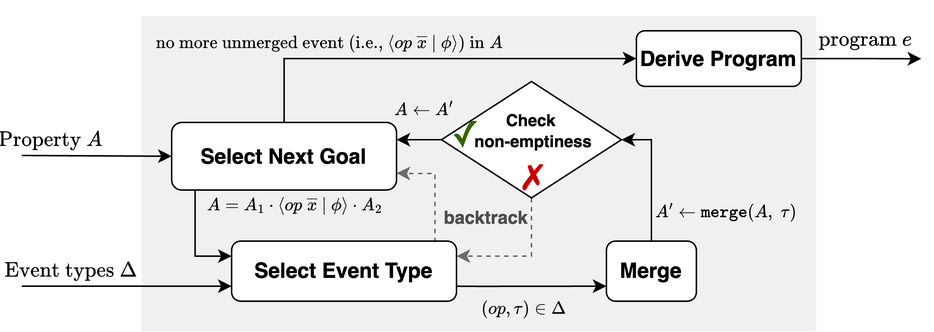
zhezhouzz/PLDI25-HAT-Planing keeps this draw.io diagram as figures/intuition-plan-syn.drawio.png. Above is the earlier version. Source tidied: cells renumbered, new cells last; positions are measured from the earlier drawing's top-left corner, leaving out a move shared by most shapes.
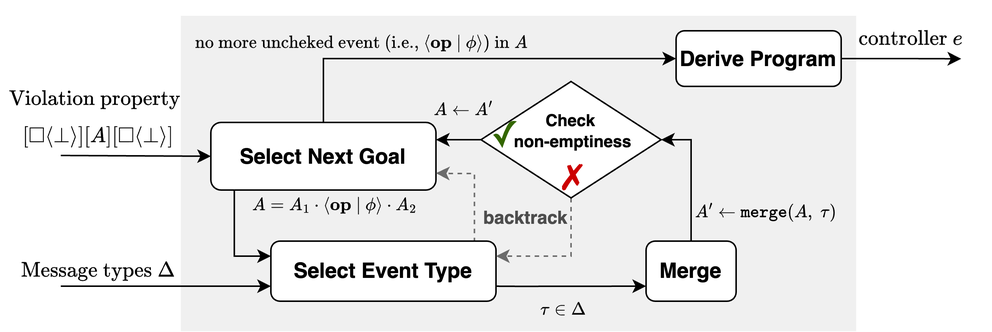
The same file after the commit.

What changed in the source:
```diff
@@ -5,13 +5,13 @@
     <mxCell id="2" style="rounded=0;whiteSpace=wrap;html=1;strokeColor=none;fillColor=#F0F0F0;" parent="1" vertex="1">
       <mxGeometry x="90" y="10" width="450" height="210" as="geometry" />
     </mxCell>
-    <mxCell id="3" value="$$\text{Property } A$$" style="text;html=1;align=center;verticalAlign=middle;whiteSpace=wrap;rounded=0;" parent="1" vertex="1">
-      <mxGeometry y="77.5" width="60" height="30" as="geometry" />
+    <mxCell id="3" value="$$ [\square\langle\bot\rangle][A][\square\langle\bot\rangle]$$" style="text;html=1;align=center;verticalAlign=middle;whiteSpace=wrap;rounded=0;" parent="1" vertex="1">
+      <mxGeometry x="-30" y="75" width="130" height="30" as="geometry" />
     </mxCell>
-    <mxCell id="4" value="$$(op, \tau) \in \Delta$$" style="text;html=1;align=center;verticalAlign=middle;whiteSpace=wrap;rounded=0;fontSize=10;" parent="1" vertex="1">
+    <mxCell id="4" value="$$\tau \in \Delta$$" style="text;html=1;align=center;verticalAlign=middle;whiteSpace=wrap;rounded=0;fontSize=10;" parent="1" vertex="1">
       <mxGeometry x="265" y="190" width="160" height="30" as="geometry" />
     </mxCell>
-    <mxCell id="5" value="$$A = A_1 \cdot \langle op\; \overline{x} ~|~ \phi \rangle&amp;nbsp;\cdot A_2$$" style="text;html=1;align=center;verticalAlign=middle;whiteSpace=wrap;rounded=0;fontSize=10;" parent="1" vertex="1">
+    <mxCell id="5" value="$$A = A_1 \cdot \langle \mathbf{op} ~|~ \phi \rangle&amp;nbsp;\cdot A_2$$" style="text;html=1;align=center;verticalAlign=middle;whiteSpace=wrap;rounded=0;fontSize=10;" parent="1" vertex="1">
       <mxGeometry x="140" y="121" width="105" height="30" as="geometry" />
     </mxCell>
     <mxCell id="6" style="edgeStyle=orthogonalEdgeStyle;rounded=0;jettySize=auto;html=1;exitX=0.104;exitY=0.97;exitDx=0;exitDy=0;entryX=0;entryY=0.25;entryDx=0;entryDy=0;exitPerimeter=0;" parent="1" edge="1" source="8" target="11">
@@ -73,7 +73,7 @@
         <mxPoint x="150" y="190" as="targetPoint" />
       </mxGeometry>
     </mxCell>
-    <mxCell id="20" value="&lt;span style=&quot;color: rgb(0, 0, 0); font-family: Helvetica; font-style: normal; font-variant-ligatures: normal; font-variant-caps: normal; font-weight: 400; letter-spacing: normal; orphans: 2; text-align: center; text-indent: 0px; text-transform: none; widows: 2; word-spacing: 0px; -webkit-text-stroke-width: 0px; white-space: normal; background-color: rgb(251, 251, 251); text-decoration-thickness: initial; text-decoration-style: initial; text-decoration-color: initial; float: none; display: inline !important;&quot;&gt;&lt;font style=&quot;font-size: 10px;&quot;&gt;$$\text{ no more unmerged event (i.e., $ \langle op\; \overline{x} ~|~ \phi \rangle$) in}\; A $$&lt;/font&gt;&lt;/span&gt;" style="text;whiteSpace=wrap;html=1;fontSize=11;" parent="1" vertex="1">
+    <mxCell id="20" value="&lt;span style=&quot;color: rgb(0, 0, 0); font-family: Helvetica; font-style: normal; font-variant-ligatures: normal; font-variant-caps: normal; font-weight: 400; letter-spacing: normal; orphans: 2; text-align: center; text-indent: 0px; text-transform: none; widows: 2; word-spacing: 0px; -webkit-text-stroke-width: 0px; white-space: normal; background-color: rgb(251, 251, 251); text-decoration-thickness: initial; text-decoration-style: initial; text-decoration-color: initial; float: none; display: inline !important;&quot;&gt;&lt;font style=&quot;font-size: 10px;&quot;&gt;$$\text{ no more uncheked event (i.e., $ \langle \mathbf{op} ~|~ \phi \rangle$) in}\; A $$&lt;/font&gt;&lt;/span&gt;" style="text;whiteSpace=wrap;html=1;fontSize=11;" parent="1" vertex="1">
       <mxGeometry x="95" y="5" width="260" height="34" as="geometry" />
     </mxCell>
     <mxCell id="21" style="edgeStyle=orthogonalEdgeStyle;rounded=0;jettySize=auto;html=1;exitX=1;exitY=0.5;exitDx=0;exitDy=0;" parent="1" edge="1" source="22">
@@ -84,7 +84,7 @@
     <mxCell id="22" value="&lt;b&gt;&lt;font style=&quot;font-size: 14px;&quot;&gt;Derive Program&lt;/font&gt;&lt;/b&gt;" style="rounded=1;whiteSpace=wrap;html=1;" parent="1" vertex="1">
       <mxGeometry x="420" y="20" width="110" height="37" as="geometry" />
     </mxCell>
-    <mxCell id="23" value="&lt;span style=&quot;color: rgb(0, 0, 0); font-family: Helvetica; font-style: normal; font-variant-ligatures: normal; font-variant-caps: normal; font-weight: 400; letter-spacing: normal; orphans: 2; text-align: center; text-indent: 0px; text-transform: none; widows: 2; word-spacing: 0px; -webkit-text-stroke-width: 0px; white-space: normal; background-color: rgb(251, 251, 251); text-decoration-thickness: initial; text-decoration-style: initial; text-decoration-color: initial; float: none; display: inline !important;&quot;&gt;&lt;font style=&quot;font-size: 12px;&quot;&gt;$$\text{program } e$$&lt;/font&gt;&lt;/span&gt;" style="text;whiteSpace=wrap;html=1;" parent="1" vertex="1">
+    <mxCell id="23" value="&lt;span style=&quot;color: rgb(0, 0, 0); font-family: Helvetica; font-style: normal; font-variant-ligatures: normal; font-variant-caps: normal; font-weight: 400; letter-spacing: normal; orphans: 2; text-align: center; text-indent: 0px; text-transform: none; widows: 2; word-spacing: 0px; -webkit-text-stroke-width: 0px; white-space: normal; background-color: rgb(251, 251, 251); text-decoration-thickness: initial; text-decoration-style: initial; text-decoration-color: initial; float: none; display: inline !important;&quot;&gt;&lt;font style=&quot;font-size: 12px;&quot;&gt;$$\text{controller } e$$&lt;/font&gt;&lt;/span&gt;" style="text;whiteSpace=wrap;html=1;" parent="1" vertex="1">
       <mxGeometry x="540" width="70" height="30" as="geometry" />
     </mxCell>
     <mxCell id="24" value="$$A' \leftarrow \mathtt{merge}(A,\; \tau)$$" style="text;html=1;align=center;verticalAlign=middle;whiteSpace=wrap;rounded=0;fontSize=10;" parent="1" vertex="1">
@@ -96,11 +96,14 @@
     <mxCell id="26" value="&lt;span style=&quot;font-family: &amp;quot;Source Sans Pro&amp;quot;, Roboto, &amp;quot;San Francisco&amp;quot;, &amp;quot;Segoe UI&amp;quot;, sans-serif; text-wrap: wrap; font-size: 24px;&quot;&gt;&lt;font color=&quot;#336600&quot; style=&quot;font-size: 24px;&quot;&gt;✓&lt;/font&gt;&lt;/span&gt;" style="text;html=1;align=center;verticalAlign=middle;strokeColor=none;fillColor=none;fontSize=24;" parent="1" vertex="1">
       <mxGeometry x="286" y="70" width="40" height="40" as="geometry" />
     </mxCell>
-    <mxCell id="27" value="$$\text{Event types } \Delta$$" style="text;html=1;align=center;verticalAlign=middle;whiteSpace=wrap;rounded=0;" parent="1" vertex="1">
-      <mxGeometry x="18" y="165" width="50" height="30" as="geometry" />
+    <mxCell id="27" value="$$\text{Message types } \Delta$$" style="text;html=1;align=center;verticalAlign=middle;whiteSpace=wrap;rounded=0;" parent="1" vertex="1">
+      <mxGeometry x="10" y="165" width="50" height="30" as="geometry" />
     </mxCell>
     <mxCell id="28" value="&lt;font style=&quot;font-size: 10px;&quot;&gt;$$A \leftarrow A'$$&lt;/font&gt;" style="text;html=1;align=center;verticalAlign=middle;strokeColor=none;fillColor=none;" parent="1" vertex="1">
       <mxGeometry x="222.5" y="57" width="110" height="30" as="geometry" />
     </mxCell>
+    <mxCell id="29" value="$$\text{Violation property }$$" style="text;html=1;align=center;verticalAlign=middle;whiteSpace=wrap;rounded=0;" parent="1" vertex="1">
+      <mxGeometry x="10" y="51" width="50" height="30" as="geometry" />
+    </mxCell>
   </root>
 </mxGraphModel>
```
